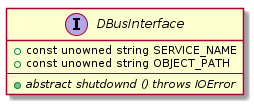
The PlantUML diagram report/figures/design/class/core/dbus-interface.png in geoffjay/comp8506-docs, before a commit. The source it was exported from:
```plantuml
@startuml
interface DBusInterface {
    +const unowned string SERVICE_NAME
    +const unowned string OBJECT_PATH
    ----
    +{abstract} abstract shutdownd () throws IOError
}
@enduml
```
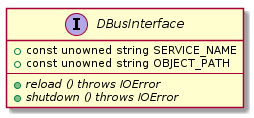
The same diagram one commit later.

Change to the diagram source:
```diff
@@ -3,6 +3,7 @@
     +const unowned string SERVICE_NAME
     +const unowned string OBJECT_PATH
     ----
-    +{abstract} abstract shutdownd () throws IOError
+    +{abstract} reload () throws IOError
+    +{abstract} shutdown () throws IOError
 }
 @enduml
```
